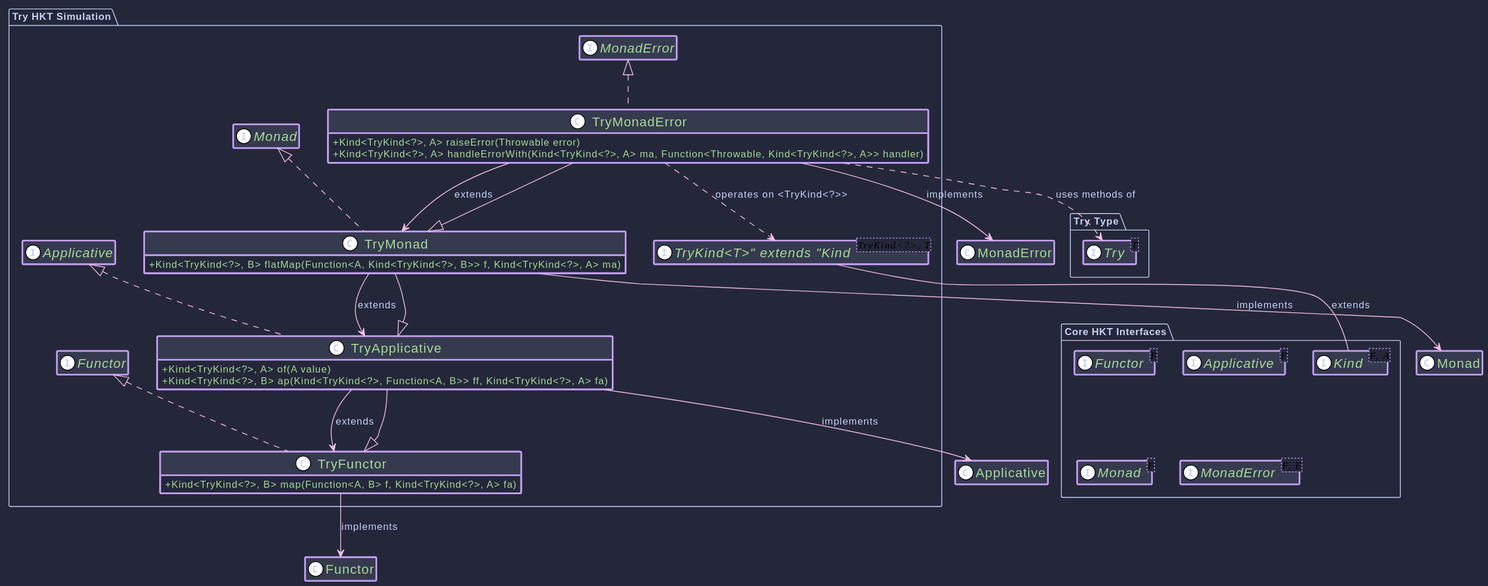
This is hkj-book/src/images/puml/try_monad.svg from higher-kinded-j/higher-kinded-j, a PlantUML export, as it was before one commit.
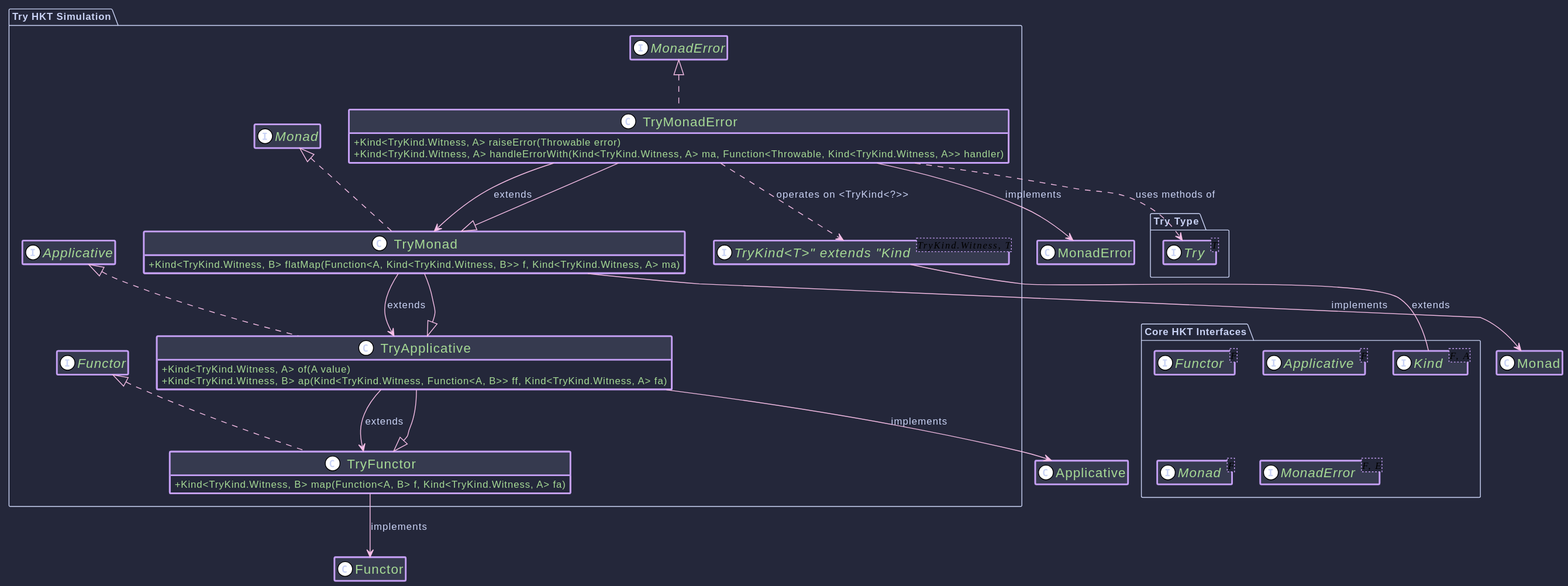
Later version of the same file.

Change to the diagram source:
```diff
@@ -19,21 +19,21 @@
 }
 
 package "Try HKT Simulation" {
-    interface "TryKind<T>" extends "Kind<TryKind<?>, T>" as TryKind
+    interface "TryKind<T>" extends "Kind<TryKind.Witness, T>" as TryKind
 
     class TryFunctor implements Functor<TryKind<?>> {
-      + Kind<TryKind<?>, B> map(Function<A, B> f, Kind<TryKind<?>, A> fa)
+      + Kind<TryKind.Witness, B> map(Function<A, B> f, Kind<TryKind.Witness, A> fa)
     }
     class TryApplicative extends TryFunctor implements Applicative<TryKind<?>> {
-      + Kind<TryKind<?>, A> of(A value)
-      + Kind<TryKind<?>, B> ap(Kind<TryKind<?>, Function<A, B>> ff, Kind<TryKind<?>, A> fa)
+      + Kind<TryKind.Witness, A> of(A value)
+      + Kind<TryKind.Witness, B> ap(Kind<TryKind.Witness, Function<A, B>> ff, Kind<TryKind.Witness, A> fa)
     }
     class TryMonad extends TryApplicative implements Monad<TryKind<?>> {
-      + Kind<TryKind<?>, B> flatMap(Function<A, Kind<TryKind<?>, B>> f, Kind<TryKind<?>, A> ma)
+      + Kind<TryKind.Witness, B> flatMap(Function<A, Kind<TryKind.Witness, B>> f, Kind<TryKind.Witness, A> ma)
     }
     class TryMonadError extends TryMonad implements MonadError<TryKind<?>, Throwable> {
-      + Kind<TryKind<?>, A> raiseError(Throwable error)
-      + Kind<TryKind<?>, A> handleErrorWith(Kind<TryKind<?>, A> ma, Function<Throwable, Kind<TryKind<?>, A>> handler)
+      + Kind<TryKind.Witness, A> raiseError(Throwable error)
+      + Kind<TryKind.Witness, A> handleErrorWith(Kind<TryKind.Witness, A> ma, Function<Throwable, Kind<TryKind.Witness, A>> handler)
     }
 
 }
```
